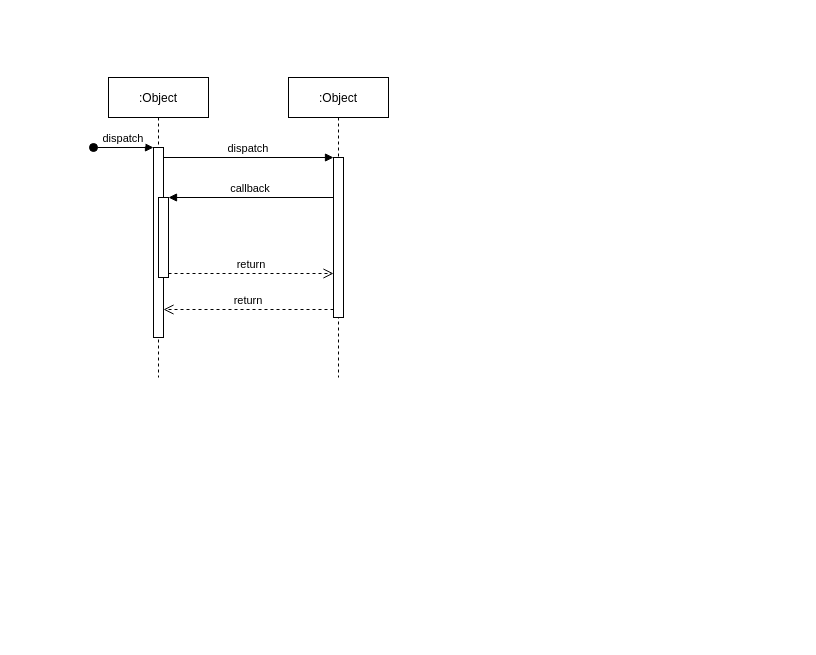
Earlier version of the draw.io diagram src/mindgame.drawio (thaodev/MasterMindGame). Source tidied: cells renumbered, new cells numbered last; positions are measured from the earlier drawing's top-left corner, leaving out a move shared by most shapes. Both pictures are drawn from the tidied source at 100%, with x=0, y=0 at pixel (93, 77).
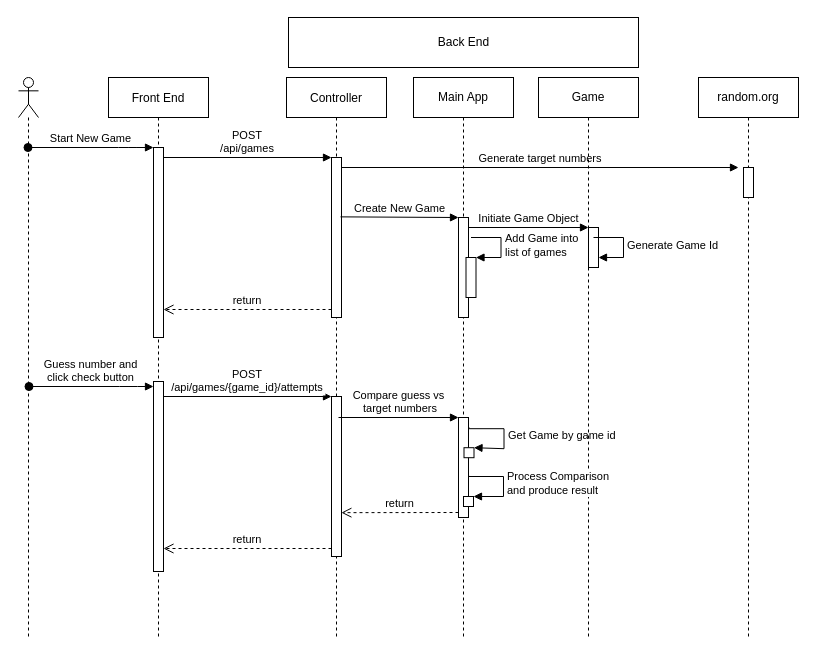
Above is the later version.

Unchanged cells that the change refers to:
```xml
<mxCell id="3" style="points=[];perimeter=orthogonalPerimeter;rounded=0;shadow=0;strokeWidth=1;" parent="2" vertex="1">
  <mxGeometry x="45" y="70" width="10" height="190" as="geometry" />
</mxCell>
<mxCell id="7" style="points=[];perimeter=orthogonalPerimeter;rounded=0;shadow=0;strokeWidth=1;" parent="6" vertex="1">
  <mxGeometry x="45" y="80" width="10" height="160" as="geometry" />
</mxCell>
```

Diff of the diagram source:
```diff
@@
-    <mxCell id="2" value=":Object" style="shape=umlLifeline;perimeter=lifelinePerimeter;rounded=0;shadow=0;strokeWidth=1;" parent="1" vertex="1">
-      <mxGeometry x="15" width="100" height="300" as="geometry" />
+    <mxCell id="2" value="Front End" style="shape=umlLifeline;perimeter=lifelinePerimeter;rounded=0;shadow=0;strokeWidth=1;" parent="1" vertex="1">
+      <mxGeometry x="15" width="100" height="560" as="geometry" />
     </mxCell>
@@
-    <mxCell id="4" value="dispatch" style="verticalAlign=bottom;startArrow=oval;endArrow=block;startSize=8;shadow=0;strokeWidth=1;" parent="2" edge="1" target="3">
-      <mxGeometry relative="1" as="geometry">
-        <mxPoint x="-15" y="70" as="sourcePoint" />
-      </mxGeometry>
-    </mxCell>
-    <mxCell id="5" style="points=[];perimeter=orthogonalPerimeter;rounded=0;shadow=0;strokeWidth=1;" parent="2" vertex="1">
-      <mxGeometry x="50" y="120" width="10" height="80" as="geometry" />
-    </mxCell>
+    <mxCell id="12" style="points=[];perimeter=orthogonalPerimeter;rounded=0;shadow=0;strokeWidth=1;" parent="2" vertex="1">
+      <mxGeometry x="45" y="304" width="10" height="190" as="geometry" />
+    </mxCell>
-    <mxCell id="6" value=":Object" style="shape=umlLifeline;perimeter=lifelinePerimeter;rounded=0;shadow=0;strokeWidth=1;" parent="1" vertex="1">
-      <mxGeometry x="195" width="100" height="300" as="geometry" />
+    <mxCell id="6" value="Controller" style="shape=umlLifeline;perimeter=lifelinePerimeter;rounded=0;shadow=0;strokeWidth=1;" parent="1" vertex="1">
+      <mxGeometry x="193" width="100" height="560" as="geometry" />
     </mxCell>
@@
+    <mxCell id="13" style="points=[];perimeter=orthogonalPerimeter;rounded=0;shadow=0;strokeWidth=1;" parent="6" vertex="1">
+      <mxGeometry x="45" y="319" width="10" height="160" as="geometry" />
+    </mxCell>
@@
-    <mxCell id="9" value="dispatch" style="verticalAlign=bottom;endArrow=block;entryX=0;entryY=0;shadow=0;strokeWidth=1;" parent="1" edge="1" source="3" target="7">
+    <mxCell id="9" value="POST &#10;/api/games" style="verticalAlign=bottom;endArrow=block;entryX=0;entryY=0;shadow=0;strokeWidth=1;" parent="1" edge="1" source="3" target="7">
       <mxGeometry relative="1" as="geometry" />
     </mxCell>
-    <mxCell id="10" value="callback" style="verticalAlign=bottom;endArrow=block;entryX=1;entryY=0;shadow=0;strokeWidth=1;" parent="1" edge="1" source="7" target="5">
-      <mxGeometry relative="1" as="geometry" />
+    <mxCell id="10" value="Generate target numbers" style="verticalAlign=bottom;endArrow=block;shadow=0;strokeWidth=1;" parent="1" edge="1" source="7">
+      <mxGeometry relative="1" as="geometry">
+        <mxPoint x="645" y="90" as="targetPoint" />
+      </mxGeometry>
     </mxCell>
-    <mxCell id="11" value="return" style="verticalAlign=bottom;endArrow=open;dashed=1;endSize=8;exitX=1;exitY=0.95;shadow=0;strokeWidth=1;" parent="1" edge="1" source="5" target="7">
-      <mxGeometry relative="1" as="geometry" />
-    </mxCell>
+    <mxCell id="14" style="shape=umlLifeline;participant=umlActor;perimeter=lifelinePerimeter;whiteSpace=wrap;html=1;verticalAlign=top;spacingTop=36;outlineConnect=0;" parent="1" vertex="1">
+      <mxGeometry x="-75" width="20" height="560" as="geometry" />
+    </mxCell>
+    <mxCell id="15" value="Back End" style="html=1;" parent="1" vertex="1">
+      <mxGeometry x="195" y="-60" width="350" height="50" as="geometry" />
+    </mxCell>
+    <mxCell id="16" value="Main App" style="shape=umlLifeline;perimeter=lifelinePerimeter;whiteSpace=wrap;html=1;" parent="1" vertex="1">
+      <mxGeometry x="320" width="100" height="560" as="geometry" />
+    </mxCell>
+    <mxCell id="17" style="html=1;points=[];perimeter=orthogonalPerimeter;" parent="16" vertex="1">
+      <mxGeometry x="45" y="140" width="10" height="100" as="geometry" />
+    </mxCell>
+    <mxCell id="18" style="html=1;points=[];perimeter=orthogonalPerimeter;" parent="16" vertex="1">
+      <mxGeometry x="52.5" y="180" width="10" height="40" as="geometry" />
+    </mxCell>
+    <mxCell id="19" value="Add Game into&lt;br&gt;list of games" style="edgeStyle=orthogonalEdgeStyle;html=1;align=left;spacingLeft=2;endArrow=block;rounded=0;entryX=1;entryY=0;" parent="16" edge="1" target="18">
+      <mxGeometry relative="1" as="geometry">
+        <mxPoint x="57.5" y="160" as="sourcePoint" />
+        <Array as="points">
+          <mxPoint x="87.5" y="160" />
+        </Array>
+      </mxGeometry>
+    </mxCell>
+    <mxCell id="20" style="html=1;points=[];perimeter=orthogonalPerimeter;" parent="16" vertex="1">
+      <mxGeometry x="45" y="340" width="10" height="100" as="geometry" />
+    </mxCell>
+    <mxCell id="21" value="Get Game by game id" style="edgeStyle=orthogonalEdgeStyle;html=1;align=left;spacingLeft=2;endArrow=block;rounded=0;entryX=1;entryY=0;exitX=1.012;exitY=0.124;exitDx=0;exitDy=0;exitPerimeter=0;" parent="16" edge="1" target="22">
+      <mxGeometry relative="1" as="geometry">
+        <mxPoint x="55.6" y="350" as="sourcePoint" />
+        <Array as="points">
+          <mxPoint x="55.5" y="351.2" />
+          <mxPoint x="90.5" y="351.2" />
+          <mxPoint x="90.5" y="371.2" />
+        </Array>
+      </mxGeometry>
+    </mxCell>
+    <mxCell id="22" style="html=1;points=[];perimeter=orthogonalPerimeter;" parent="16" vertex="1">
+      <mxGeometry x="50.5" y="370.2" width="10" height="10" as="geometry" />
+    </mxCell>
+    <mxCell id="4" value="Start New Game" style="verticalAlign=bottom;startArrow=oval;endArrow=block;startSize=8;shadow=0;strokeWidth=1;" parent="1" edge="1" source="14" target="3">
+      <mxGeometry relative="1" as="geometry">
+        <Array as="points">
+          <mxPoint x="35" y="70" />
+        </Array>
+      </mxGeometry>
+    </mxCell>
+    <mxCell id="23" value="random.org" style="shape=umlLifeline;perimeter=lifelinePerimeter;whiteSpace=wrap;html=1;" parent="1" vertex="1">
+      <mxGeometry x="605" width="100" height="560" as="geometry" />
+    </mxCell>
+    <mxCell id="5" style="points=[];perimeter=orthogonalPerimeter;rounded=0;shadow=0;strokeWidth=1;" parent="23" vertex="1">
+      <mxGeometry x="45" y="90" width="10" height="30" as="geometry" />
+    </mxCell>
+    <mxCell id="24" value="Create New Game" style="html=1;verticalAlign=bottom;endArrow=block;entryX=0;entryY=0;rounded=0;exitX=0.9;exitY=0.371;exitDx=0;exitDy=0;exitPerimeter=0;" parent="1" edge="1" source="7" target="17">
+      <mxGeometry relative="1" as="geometry" />
+    </mxCell>
+    <mxCell id="25" value="Game" style="shape=umlLifeline;perimeter=lifelinePerimeter;whiteSpace=wrap;html=1;" parent="1" vertex="1">
+      <mxGeometry x="445" width="100" height="560" as="geometry" />
+    </mxCell>
+    <mxCell id="26" style="html=1;points=[];perimeter=orthogonalPerimeter;" parent="25" vertex="1">
+      <mxGeometry x="50" y="150" width="10" height="40" as="geometry" />
+    </mxCell>
+    <mxCell id="27" value="Generate Game Id" style="edgeStyle=orthogonalEdgeStyle;html=1;align=left;spacingLeft=2;endArrow=block;rounded=0;entryX=1;entryY=0;" parent="25" edge="1">
+      <mxGeometry relative="1" as="geometry">
+        <mxPoint x="55" y="160" as="sourcePoint" />
+        <mxPoint x="60" y="180" as="targetPoint" />
+        <Array as="points">
+          <mxPoint x="85" y="160" />
+        </Array>
+      </mxGeometry>
+    </mxCell>
+    <mxCell id="28" value="Initiate Game Object" style="html=1;verticalAlign=bottom;endArrow=block;entryX=0;entryY=0;rounded=0;" parent="1" edge="1" target="26">
+      <mxGeometry relative="1" as="geometry">
+        <mxPoint x="375" y="150" as="sourcePoint" />
+      </mxGeometry>
+    </mxCell>
+    <mxCell id="29" value="return" style="verticalAlign=bottom;endArrow=open;dashed=1;endSize=8;exitX=0;exitY=0.95;shadow=0;strokeWidth=1;" parent="1" edge="1" source="13" target="12">
+      <mxGeometry relative="1" as="geometry" />
+    </mxCell>
+    <mxCell id="30" value="POST&#10;/api/games/{game_id}/attempts" style="verticalAlign=bottom;endArrow=block;entryX=0;entryY=0;shadow=0;strokeWidth=1;" parent="1" edge="1" source="12" target="13">
+      <mxGeometry relative="1" as="geometry" />
+    </mxCell>
+    <mxCell id="31" value="Guess number and&#10;click check button" style="verticalAlign=bottom;startArrow=oval;endArrow=block;startSize=8;shadow=0;strokeWidth=1;" parent="1" edge="1" target="12">
+      <mxGeometry relative="1" as="geometry">
+        <mxPoint x="-64.5" y="309" as="sourcePoint" />
+        <Array as="points">
+          <mxPoint x="36" y="309" />
+        </Array>
+      </mxGeometry>
+    </mxCell>
+    <mxCell id="32" style="html=1;points=[];perimeter=orthogonalPerimeter;" parent="1" vertex="1">
+      <mxGeometry x="370" y="419" width="10" height="10" as="geometry" />
+    </mxCell>
+    <mxCell id="33" value="Process Comparison&lt;br&gt;and produce result" style="edgeStyle=orthogonalEdgeStyle;html=1;align=left;spacingLeft=2;endArrow=block;rounded=0;entryX=1;entryY=0;exitX=1.012;exitY=0.124;exitDx=0;exitDy=0;exitPerimeter=0;" parent="1" edge="1" target="32">
+      <mxGeometry relative="1" as="geometry">
+        <mxPoint x="375.1" y="397.8" as="sourcePoint" />
+        <Array as="points">
+          <mxPoint x="375" y="399" />
+          <mxPoint x="410" y="399" />
+          <mxPoint x="410" y="419" />
+        </Array>
+      </mxGeometry>
+    </mxCell>
+    <mxCell id="34" value="return" style="html=1;verticalAlign=bottom;endArrow=open;dashed=1;endSize=8;exitX=0;exitY=0.95;rounded=0;entryX=0.988;entryY=0.726;entryDx=0;entryDy=0;entryPerimeter=0;" parent="1" edge="1" source="20" target="13">
+      <mxGeometry relative="1" as="geometry" />
+    </mxCell>
+    <mxCell id="35" value="Compare guess vs&lt;br&gt;&amp;nbsp;target numbers" style="html=1;verticalAlign=bottom;endArrow=block;entryX=0;entryY=0;rounded=0;" parent="1" edge="1" target="20">
+      <mxGeometry relative="1" as="geometry">
+        <mxPoint x="245" y="340" as="sourcePoint" />
+      </mxGeometry>
+    </mxCell>
```
